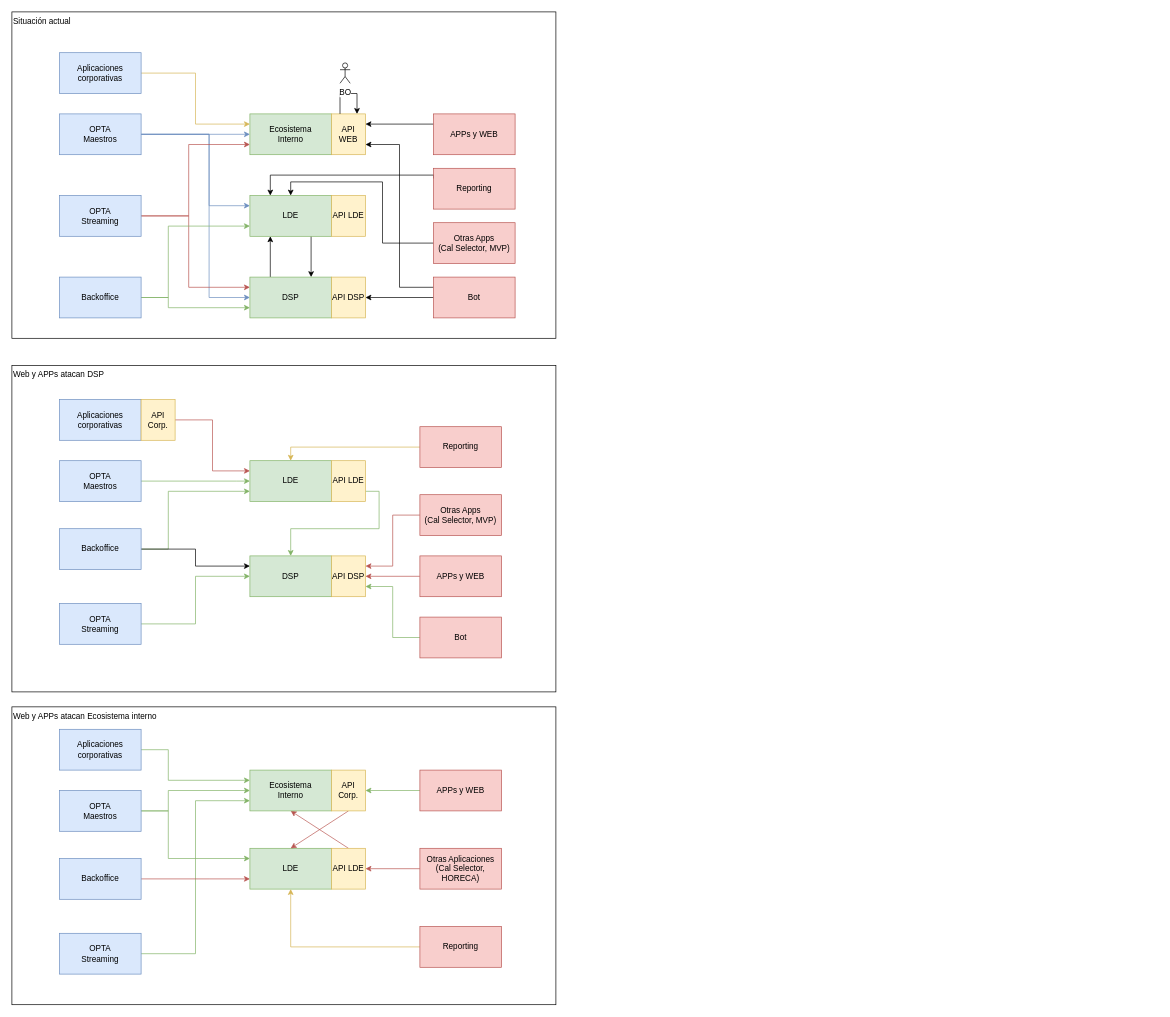
Earlier version of the draw.io diagram draw.io/LaLiga/Sistemas_Informacion.drawio (icuefue/draw.io). Source tidied: cells renumbered, new cells numbered last; positions are measured from the earlier drawing's top-left corner, leaving out a move shared by most shapes. Both pictures are drawn from the tidied source at 68%, with x=0, y=0 at pixel (12, 12).
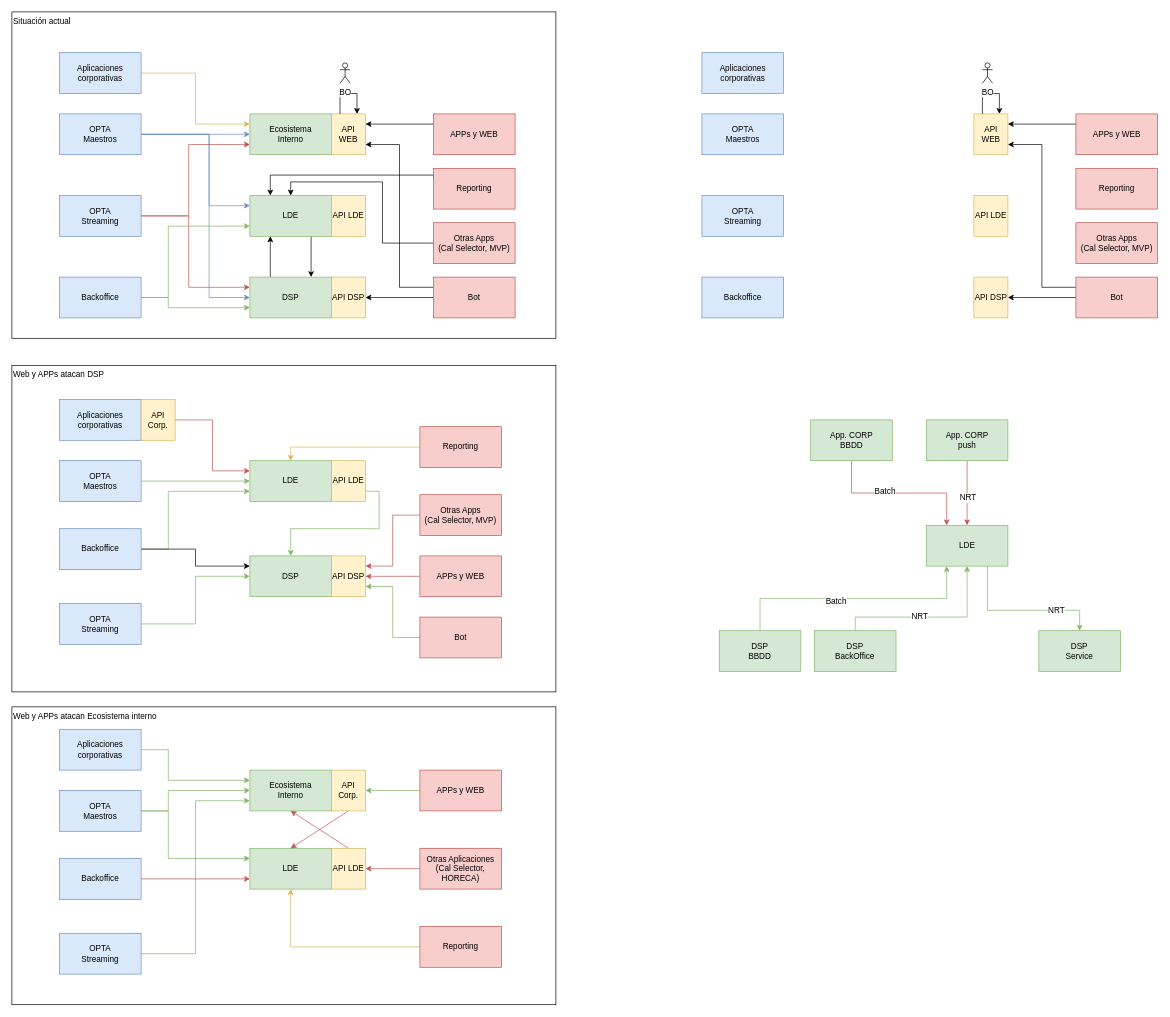
The same page after the edit.

Change to the diagram source:
```diff
@@
+    <mxCell id="80" style="edgeStyle=orthogonalEdgeStyle;rounded=0;jettySize=auto;html=1;exitX=0.5;exitY=1;exitDx=0;exitDy=0;entryX=0.25;entryY=0;entryDx=0;entryDy=0;startArrow=none;startFill=0;endArrow=classic;endFill=1;strokeColor=#b85450;fillColor=#f8cecc;" parent="1" edge="1" source="82" target="87">
+      <mxGeometry relative="1" as="geometry" />
+    </mxCell>
+    <mxCell id="81" value="Batch" style="text;html=1;align=center;verticalAlign=middle;labelBackgroundColor=#ffffff;" parent="80" vertex="1">
+      <mxGeometry x="-0.18" y="2" relative="1" as="geometry" />
+    </mxCell>
+    <mxCell id="82" value="App. CORP&lt;br&gt;BBDD&lt;br&gt;" style="rounded=0;whiteSpace=wrap;html=1;fillColor=#d5e8d4;strokeColor=#82b366;" parent="1" vertex="1">
+      <mxGeometry x="1174.7" y="600" width="120" height="60" as="geometry" />
+    </mxCell>
+    <mxCell id="83" value="OPTA&lt;br&gt;Maestros&lt;br&gt;" style="rounded=0;whiteSpace=wrap;html=1;fillColor=#dae8fc;strokeColor=#6c8ebf;" parent="1" vertex="1">
+      <mxGeometry x="1014.7" y="150" width="120" height="60" as="geometry" />
+    </mxCell>
+    <mxCell id="84" value="OPTA&lt;br&gt;Streaming&lt;br&gt;" style="rounded=0;whiteSpace=wrap;html=1;fillColor=#dae8fc;strokeColor=#6c8ebf;" parent="1" vertex="1">
+      <mxGeometry x="1014.7" y="270" width="120" height="60" as="geometry" />
+    </mxCell>
+    <mxCell id="85" style="edgeStyle=orthogonalEdgeStyle;rounded=0;jettySize=auto;html=1;exitX=0.75;exitY=1;exitDx=0;exitDy=0;entryX=0.5;entryY=0;entryDx=0;entryDy=0;startArrow=none;startFill=0;endArrow=classic;endFill=1;strokeColor=#82b366;fillColor=#d5e8d4;" parent="1" edge="1" source="87" target="111">
+      <mxGeometry relative="1" as="geometry">
+        <Array as="points">
+          <mxPoint x="1435" y="880" />
+          <mxPoint x="1570" y="880" />
+        </Array>
+      </mxGeometry>
+    </mxCell>
+    <mxCell id="86" value="NRT" style="text;html=1;align=center;verticalAlign=middle;labelBackgroundColor=#ffffff;" parent="85" vertex="1">
+      <mxGeometry x="0.44" relative="1" as="geometry" />
+    </mxCell>
+    <mxCell id="87" value="LDE&lt;br&gt;" style="rounded=0;whiteSpace=wrap;html=1;fillColor=#d5e8d4;strokeColor=#82b366;" parent="1" vertex="1">
+      <mxGeometry x="1344.7" y="755" width="120" height="60" as="geometry" />
+    </mxCell>
+    <mxCell id="88" style="edgeStyle=orthogonalEdgeStyle;rounded=0;jettySize=auto;html=1;exitX=0.5;exitY=0;exitDx=0;exitDy=0;entryX=0.25;entryY=1;entryDx=0;entryDy=0;startArrow=none;startFill=0;endArrow=classic;endFill=1;strokeColor=#82b366;fillColor=#d5e8d4;" parent="1" edge="1" source="90" target="87">
+      <mxGeometry relative="1" as="geometry" />
+    </mxCell>
+    <mxCell id="89" value="Batch" style="text;html=1;align=center;verticalAlign=middle;labelBackgroundColor=#ffffff;" parent="88" vertex="1">
+      <mxGeometry x="-0.14" y="-4" relative="1" as="geometry" />
+    </mxCell>
+    <mxCell id="90" value="DSP&lt;br&gt;BBDD&lt;br&gt;" style="rounded=0;whiteSpace=wrap;html=1;fillColor=#d5e8d4;strokeColor=#82b366;" parent="1" vertex="1">
+      <mxGeometry x="1040.2" y="910" width="120" height="60" as="geometry" />
+    </mxCell>
+    <mxCell id="91" value="Backoffice&lt;br&gt;" style="rounded=0;whiteSpace=wrap;html=1;fillColor=#dae8fc;strokeColor=#6c8ebf;" parent="1" vertex="1">
+      <mxGeometry x="1014.7" y="390" width="120" height="60" as="geometry" />
+    </mxCell>
+    <mxCell id="92" style="edgeStyle=orthogonalEdgeStyle;rounded=0;jettySize=auto;html=1;exitX=1;exitY=0.75;exitDx=0;exitDy=0;entryX=0;entryY=0.25;entryDx=0;entryDy=0;strokeColor=#000000;endArrow=none;endFill=0;startArrow=classic;startFill=1;" parent="1" edge="1" source="93" target="104">
+      <mxGeometry relative="1" as="geometry">
+        <Array as="points">
+          <mxPoint x="1514.7" y="195" />
+          <mxPoint x="1514.7" y="405" />
+        </Array>
+      </mxGeometry>
+    </mxCell>
+    <mxCell id="93" value="API WEB&lt;br&gt;" style="rounded=0;whiteSpace=wrap;html=1;fillColor=#fff2cc;strokeColor=#d6b656;" parent="1" vertex="1">
+      <mxGeometry x="1414.7" y="150" width="50" height="60" as="geometry" />
+    </mxCell>
+    <mxCell id="94" value="API LDE&lt;br&gt;" style="rounded=0;whiteSpace=wrap;html=1;fillColor=#fff2cc;strokeColor=#d6b656;" parent="1" vertex="1">
+      <mxGeometry x="1414.7" y="270" width="50" height="60" as="geometry" />
+    </mxCell>
+    <mxCell id="95" style="edgeStyle=orthogonalEdgeStyle;rounded=0;jettySize=auto;html=1;exitX=1;exitY=0.5;exitDx=0;exitDy=0;strokeColor=#000000;startArrow=classic;startFill=1;endArrow=none;endFill=0;" parent="1" edge="1" source="96" target="104">
+      <mxGeometry relative="1" as="geometry" />
+    </mxCell>
+    <mxCell id="96" value="API DSP&lt;br&gt;" style="rounded=0;whiteSpace=wrap;html=1;fillColor=#fff2cc;strokeColor=#d6b656;" parent="1" vertex="1">
+      <mxGeometry x="1414.7" y="390" width="50" height="60" as="geometry" />
+    </mxCell>
+    <mxCell id="97" style="edgeStyle=orthogonalEdgeStyle;rounded=0;orthogonalLoop=1;jettySize=auto;html=1;exitX=0.25;exitY=0;exitDx=0;exitDy=0;entryX=0.75;entryY=0;entryDx=0;entryDy=0;" parent="1" edge="1" source="93" target="93">
+      <mxGeometry relative="1" as="geometry">
+        <Array as="points">
+          <mxPoint x="1444.7" y="120" />
+          <mxPoint x="1504.7" y="120" />
+        </Array>
+      </mxGeometry>
+    </mxCell>
+    <mxCell id="98" value="BO" style="shape=umlActor;verticalLabelPosition=bottom;labelBackgroundColor=#ffffff;verticalAlign=top;html=1;" parent="1" vertex="1">
+      <mxGeometry x="1427.2" y="75" width="15" height="30" as="geometry" />
+    </mxCell>
+    <mxCell id="99" value="Aplicaciones&lt;br&gt;corporativas&lt;br&gt;" style="rounded=0;whiteSpace=wrap;html=1;fillColor=#dae8fc;strokeColor=#6c8ebf;" parent="1" vertex="1">
+      <mxGeometry x="1014.7" y="60" width="120" height="60" as="geometry" />
+    </mxCell>
+    <mxCell id="100" style="edgeStyle=orthogonalEdgeStyle;rounded=0;jettySize=auto;html=1;exitX=0;exitY=0.25;exitDx=0;exitDy=0;entryX=1;entryY=0.25;entryDx=0;entryDy=0;strokeColor=#000000;" parent="1" edge="1" source="101" target="93">
+      <mxGeometry relative="1" as="geometry" />
+    </mxCell>
+    <mxCell id="101" value="APPs y WEB&lt;br&gt;" style="rounded=0;whiteSpace=wrap;html=1;fillColor=#f8cecc;strokeColor=#b85450;" parent="1" vertex="1">
+      <mxGeometry x="1564.7" y="150" width="120" height="60" as="geometry" />
+    </mxCell>
+    <mxCell id="102" value="Reporting" style="rounded=0;whiteSpace=wrap;html=1;fillColor=#f8cecc;strokeColor=#b85450;" parent="1" vertex="1">
+      <mxGeometry x="1564.7" y="230" width="120" height="60" as="geometry" />
+    </mxCell>
+    <mxCell id="103" value="Otras Apps&lt;br&gt;(Cal Selector, MVP)&lt;br&gt;" style="rounded=0;whiteSpace=wrap;html=1;fillColor=#f8cecc;strokeColor=#b85450;" parent="1" vertex="1">
+      <mxGeometry x="1564.7" y="310" width="120" height="60" as="geometry" />
+    </mxCell>
+    <mxCell id="104" value="Bot&lt;br&gt;" style="rounded=0;whiteSpace=wrap;html=1;fillColor=#f8cecc;strokeColor=#b85450;" parent="1" vertex="1">
+      <mxGeometry x="1564.7" y="390" width="120" height="60" as="geometry" />
+    </mxCell>
+    <mxCell id="105" style="edgeStyle=orthogonalEdgeStyle;rounded=0;jettySize=auto;html=1;exitX=0.5;exitY=0;exitDx=0;exitDy=0;entryX=0.5;entryY=1;entryDx=0;entryDy=0;startArrow=none;startFill=0;endArrow=classic;endFill=1;strokeColor=#82b366;fillColor=#d5e8d4;" parent="1" edge="1" source="107" target="87">
+      <mxGeometry relative="1" as="geometry">
+        <Array as="points">
+          <mxPoint x="1241" y="890" />
+          <mxPoint x="1405" y="890" />
+        </Array>
+      </mxGeometry>
+    </mxCell>
+    <mxCell id="106" value="NRT" style="text;html=1;align=center;verticalAlign=middle;labelBackgroundColor=#ffffff;" parent="105" vertex="1">
+      <mxGeometry x="-0.12" y="1" relative="1" as="geometry" />
+    </mxCell>
+    <mxCell id="107" value="DSP&lt;br&gt;BackOffice&lt;br&gt;" style="rounded=0;whiteSpace=wrap;html=1;fillColor=#d5e8d4;strokeColor=#82b366;" parent="1" vertex="1">
+      <mxGeometry x="1180.2" y="910" width="120" height="60" as="geometry" />
+    </mxCell>
+    <mxCell id="108" style="edgeStyle=orthogonalEdgeStyle;rounded=0;jettySize=auto;html=1;exitX=0.5;exitY=1;exitDx=0;exitDy=0;entryX=0.5;entryY=0;entryDx=0;entryDy=0;startArrow=none;startFill=0;endArrow=classic;endFill=1;strokeColor=#b85450;fillColor=#f8cecc;" parent="1" edge="1" source="110" target="87">
+      <mxGeometry relative="1" as="geometry">
+        <Array as="points">
+          <mxPoint x="1405" y="680" />
+        </Array>
+      </mxGeometry>
+    </mxCell>
+    <mxCell id="109" value="NRT" style="text;html=1;align=center;verticalAlign=middle;labelBackgroundColor=#ffffff;" parent="108" vertex="1">
+      <mxGeometry x="0.13" y="1" relative="1" as="geometry" />
+    </mxCell>
+    <mxCell id="110" value="App. CORP&lt;br&gt;push&lt;br&gt;" style="rounded=0;whiteSpace=wrap;html=1;fillColor=#d5e8d4;strokeColor=#82b366;" parent="1" vertex="1">
+      <mxGeometry x="1344.7" y="600" width="120" height="60" as="geometry" />
+    </mxCell>
+    <mxCell id="111" value="DSP&lt;br&gt;Service&lt;br&gt;" style="rounded=0;whiteSpace=wrap;html=1;fillColor=#d5e8d4;strokeColor=#82b366;" parent="1" vertex="1">
+      <mxGeometry x="1510.2" y="910" width="120" height="60" as="geometry" />
+    </mxCell>
```
